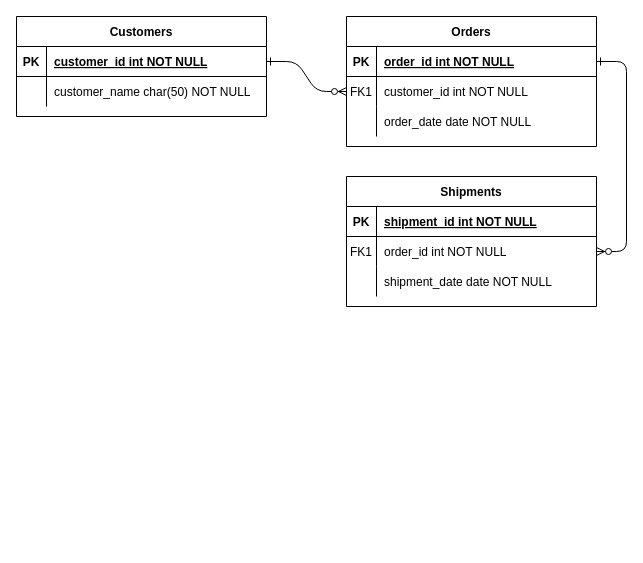
gongyao1992/draw keeps this draw.io diagram as 20210423箱信订单.drawio. Above is the earlier version. Source tidied: cells renumbered, new cells numbered last; positions are measured from the earlier drawing's top-left corner, leaving out a move shared by most shapes. Both pictures are drawn from the tidied source at 100%, with x=0, y=0 at pixel (16, 16).
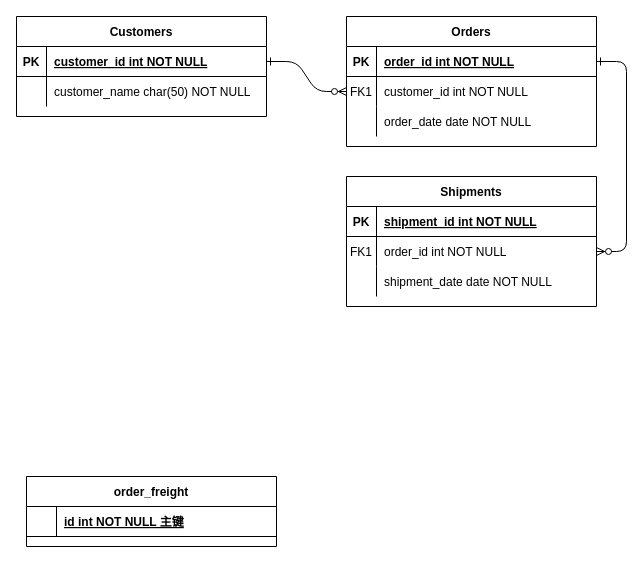
After the change.

Commit message (it also covers changes not shown here):
更新20210423箱信订单.drawio

Change to the diagram source:
```diff
@@
+    <mxCell id="31" value="order_freight" style="shape=table;startSize=30;childLayout=tableLayout;rowLines=0;fontStyle=1;align=center;" parent="1" vertex="1">
+      <mxGeometry x="10" y="460" width="250" height="70" as="geometry" />
+    </mxCell>
+    <mxCell id="32" style="shape=partialRectangle;fillColor=none;top=0;left=0;right=0;bottom=1;" parent="31" vertex="1">
+      <mxGeometry y="30" width="250" height="30" as="geometry" />
+    </mxCell>
+    <mxCell id="33" style="shape=partialRectangle;overflow=hidden;fillColor=none;top=0;left=0;bottom=0;right=0;fontStyle=1;" parent="32" vertex="1">
+      <mxGeometry width="30" height="30" as="geometry" />
+    </mxCell>
+    <mxCell id="34" value="id int NOT NULL 主键" style="shape=partialRectangle;overflow=hidden;fillColor=none;top=0;left=0;bottom=0;right=0;align=left;spacingLeft=6;fontStyle=5;" parent="32" vertex="1">
+      <mxGeometry x="30" width="220" height="30" as="geometry" />
+    </mxCell>
```
